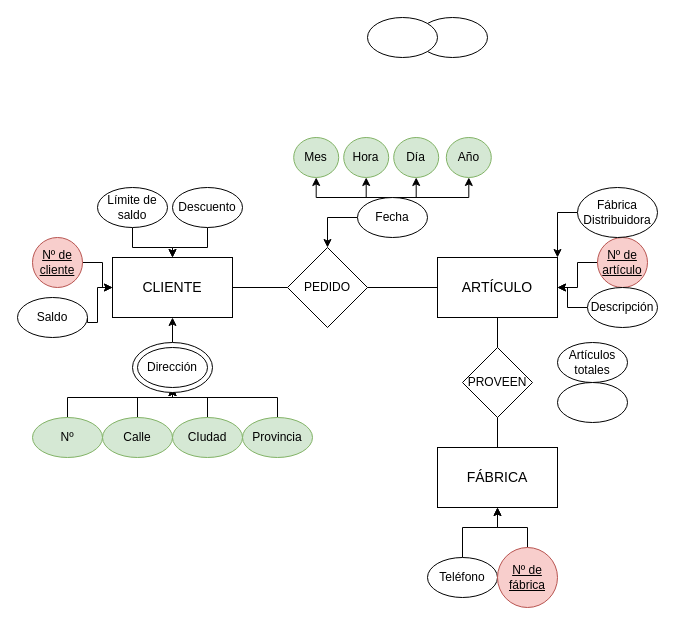
This is Unidad-2/Tareas/Tarea 3/images/Tarea 3.drawio from IsaiasTolP/Base-Datos, a draw.io file, before an edit. Source tidied: cells renumbered, new cells numbered last; positions are measured from the earlier drawing's top-left corner, leaving out a move shared by most shapes. Both pictures are drawn from the tidied source at 100%, with x=0, y=0 at pixel (17, 17).
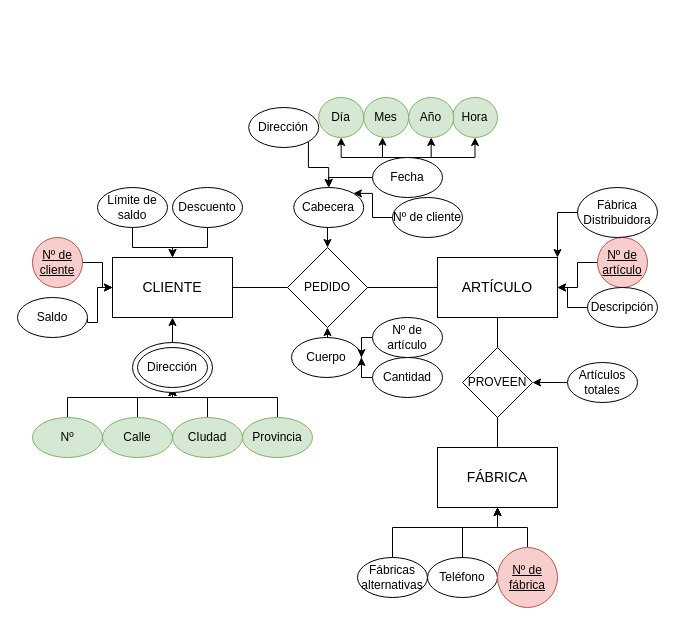
After the change.

Commit message:
Actualizar Tarea 3 terminado.drawio

Unchanged cells that the change refers to:
```xml
<mxCell id="20" value="FÁBRICA" style="rounded=0;whiteSpace=wrap;html=1;fontSize=14;" parent="1" vertex="1">
  <mxGeometry x="420" y="430" width="120" height="60" as="geometry" />
</mxCell>
<mxCell id="25" value="PEDIDO" style="rhombus;whiteSpace=wrap;html=1;" parent="1" vertex="1">
  <mxGeometry x="270" y="230" width="80" height="80" as="geometry" />
</mxCell>
<mxCell id="26" value="PROVEEN" style="rhombus;whiteSpace=wrap;html=1;" parent="1" vertex="1">
  <mxGeometry x="445" y="330" width="70" height="70" as="geometry" />
</mxCell>
```

The edit, as a diff of the source:
```diff
@@
+    <mxCell id="54" style="edgeStyle=orthogonalEdgeStyle;rounded=0;jettySize=auto;html=1;exitX=0;exitY=0.5;exitDx=0;exitDy=0;entryX=1;entryY=0.5;entryDx=0;entryDy=0;" parent="1" edge="1" source="6" target="26">
+      <mxGeometry relative="1" as="geometry" />
+    </mxCell>
     <mxCell id="6" value="Artículos totales" style="ellipse;whiteSpace=wrap;html=1;" parent="1" vertex="1">
-      <mxGeometry x="540" y="325" width="70" height="40" as="geometry" />
+      <mxGeometry x="550" y="345" width="70" height="40" as="geometry" />
     </mxCell>
@@
+    <mxCell id="36" style="edgeStyle=orthogonalEdgeStyle;rounded=0;jettySize=auto;html=1;exitX=0.5;exitY=0;exitDx=0;exitDy=0;" parent="1" edge="1" source="38" target="51">
+      <mxGeometry relative="1" as="geometry">
+        <Array as="points">
+          <mxPoint x="365" y="140" />
+        </Array>
+      </mxGeometry>
+    </mxCell>
+    <mxCell id="35" style="edgeStyle=orthogonalEdgeStyle;rounded=0;jettySize=auto;html=1;exitX=0.5;exitY=0;exitDx=0;exitDy=0;entryX=0.5;entryY=1;entryDx=0;entryDy=0;" parent="1" edge="1" source="38" target="53">
+      <mxGeometry relative="1" as="geometry" />
+    </mxCell>
+    <mxCell id="34" style="edgeStyle=orthogonalEdgeStyle;rounded=0;jettySize=auto;html=1;exitX=0.5;exitY=0;exitDx=0;exitDy=0;entryX=0.5;entryY=1;entryDx=0;entryDy=0;" parent="1" edge="1" source="38" target="50">
+      <mxGeometry relative="1" as="geometry">
+        <Array as="points">
+          <mxPoint x="458" y="140" />
+        </Array>
+      </mxGeometry>
+    </mxCell>
     <mxCell id="33" style="edgeStyle=orthogonalEdgeStyle;rounded=0;jettySize=auto;html=1;exitX=0.5;exitY=0;exitDx=0;exitDy=0;entryX=0.5;entryY=1;entryDx=0;entryDy=0;" parent="1" edge="1" source="38" target="52">
-      <mxGeometry relative="1" as="geometry" />
+      <mxGeometry relative="1" as="geometry">
+        <Array as="points">
+          <mxPoint x="324" y="140" />
+        </Array>
+      </mxGeometry>
     </mxCell>
-    <mxCell id="34" style="edgeStyle=orthogonalEdgeStyle;rounded=0;jettySize=auto;html=1;exitX=0.5;exitY=0;exitDx=0;exitDy=0;entryX=0.5;entryY=1;entryDx=0;entryDy=0;" parent="1" edge="1" source="38" target="50">
-      <mxGeometry relative="1" as="geometry" />
-    </mxCell>
-    <mxCell id="35" style="edgeStyle=orthogonalEdgeStyle;rounded=0;jettySize=auto;html=1;exitX=0.5;exitY=0;exitDx=0;exitDy=0;entryX=0.5;entryY=1;entryDx=0;entryDy=0;" parent="1" edge="1" source="38" target="53">
-      <mxGeometry relative="1" as="geometry">
-        <Array as="points">
-          <mxPoint x="451" y="180" />
-        </Array>
-      </mxGeometry>
-    </mxCell>
-    <mxCell id="36" style="edgeStyle=orthogonalEdgeStyle;rounded=0;jettySize=auto;html=1;exitX=0.5;exitY=0;exitDx=0;exitDy=0;entryX=0.5;entryY=1;entryDx=0;entryDy=0;" parent="1" edge="1" source="38" target="51">
-      <mxGeometry relative="1" as="geometry">
-        <Array as="points">
-          <mxPoint x="299" y="180" />
-        </Array>
-      </mxGeometry>
-    </mxCell>
-    <mxCell id="37" style="edgeStyle=orthogonalEdgeStyle;rounded=0;jettySize=auto;html=1;exitX=0;exitY=0.5;exitDx=0;exitDy=0;entryX=0.5;entryY=0;entryDx=0;entryDy=0;" parent="1" edge="1" source="38" target="25">
-      <mxGeometry relative="1" as="geometry" />
-    </mxCell>
     <mxCell id="38" value="Fecha" style="ellipse;whiteSpace=wrap;html=1;" parent="1" vertex="1">
-      <mxGeometry x="340" y="180" width="70" height="40" as="geometry" />
+      <mxGeometry x="355" y="140" width="70" height="40" as="geometry" />
     </mxCell>
@@
+    <mxCell id="55" style="edgeStyle=orthogonalEdgeStyle;rounded=0;jettySize=auto;html=1;exitX=0.5;exitY=0;exitDx=0;exitDy=0;entryX=0.5;entryY=1;entryDx=0;entryDy=0;" parent="1" edge="1" source="45" target="25">
+      <mxGeometry relative="1" as="geometry" />
+    </mxCell>
-    <mxCell id="45" style="ellipse;whiteSpace=wrap;html=1;" parent="1" vertex="1">
-      <mxGeometry x="400" width="70" height="40" as="geometry" />
+    <mxCell id="45" value="Cuerpo" style="ellipse;whiteSpace=wrap;html=1;" parent="1" vertex="1">
+      <mxGeometry x="274" y="320" width="70" height="40" as="geometry" />
     </mxCell>
+    <mxCell id="56" style="edgeStyle=orthogonalEdgeStyle;rounded=0;jettySize=auto;html=1;exitX=0.5;exitY=0;exitDx=0;exitDy=0;entryX=0.5;entryY=1;entryDx=0;entryDy=0;" parent="1" edge="1" source="46" target="20">
+      <mxGeometry relative="1" as="geometry">
+        <Array as="points">
+          <mxPoint x="375" y="510" />
+          <mxPoint x="480" y="510" />
+        </Array>
+      </mxGeometry>
+    </mxCell>
-    <mxCell id="46" style="ellipse;whiteSpace=wrap;html=1;" parent="1" vertex="1">
-      <mxGeometry x="540" y="365" width="70" height="40" as="geometry" />
+    <mxCell id="46" value="Fábricas alternativas" style="ellipse;whiteSpace=wrap;html=1;" parent="1" vertex="1">
+      <mxGeometry x="340" y="540" width="70" height="40" as="geometry" />
     </mxCell>
-    <mxCell id="47" style="ellipse;whiteSpace=wrap;html=1;" parent="1" vertex="1">
-      <mxGeometry x="350" width="70" height="40" as="geometry" />
-    </mxCell>
@@
     <mxCell id="50" value="Hora" style="ellipse;whiteSpace=wrap;html=1;fillColor=#d5e8d4;strokeColor=#82b366;" parent="1" vertex="1">
-      <mxGeometry x="326.2" y="120" width="45" height="40" as="geometry" />
+      <mxGeometry x="435" y="80" width="45" height="40" as="geometry" />
     </mxCell>
     <mxCell id="51" value="Mes" style="ellipse;whiteSpace=wrap;html=1;fillColor=#d5e8d4;strokeColor=#82b366;" parent="1" vertex="1">
-      <mxGeometry x="276.2" y="120" width="45" height="40" as="geometry" />
+      <mxGeometry x="346.2" y="80" width="45" height="40" as="geometry" />
     </mxCell>
     <mxCell id="52" value="Día" style="ellipse;whiteSpace=wrap;html=1;fillColor=#d5e8d4;strokeColor=#82b366;" parent="1" vertex="1">
-      <mxGeometry x="376.2" y="120" width="45" height="40" as="geometry" />
+      <mxGeometry x="301.2" y="80" width="45" height="40" as="geometry" />
     </mxCell>
     <mxCell id="53" value="Año" style="ellipse;whiteSpace=wrap;html=1;fillColor=#d5e8d4;strokeColor=#82b366;" parent="1" vertex="1">
-      <mxGeometry x="428.8" y="120" width="45" height="40" as="geometry" />
+      <mxGeometry x="391.2" y="80" width="45" height="40" as="geometry" />
     </mxCell>
+    <mxCell id="57" style="edgeStyle=orthogonalEdgeStyle;rounded=0;jettySize=auto;html=1;exitX=0;exitY=0.5;exitDx=0;exitDy=0;entryX=0.5;entryY=0;entryDx=0;entryDy=0;" parent="1" edge="1" source="38" target="59">
+      <mxGeometry relative="1" as="geometry">
+        <Array as="points">
+          <mxPoint x="311" y="160" />
+        </Array>
+      </mxGeometry>
+    </mxCell>
+    <mxCell id="58" style="edgeStyle=orthogonalEdgeStyle;rounded=0;jettySize=auto;html=1;exitX=0.5;exitY=1;exitDx=0;exitDy=0;entryX=0.5;entryY=0;entryDx=0;entryDy=0;" parent="1" edge="1" source="59" target="25">
+      <mxGeometry relative="1" as="geometry" />
+    </mxCell>
+    <mxCell id="59" value="Cabecera" style="ellipse;whiteSpace=wrap;html=1;" parent="1" vertex="1">
+      <mxGeometry x="276.2" y="170" width="70" height="40" as="geometry" />
+    </mxCell>
+    <mxCell id="60" style="edgeStyle=orthogonalEdgeStyle;rounded=0;jettySize=auto;html=1;exitX=0;exitY=0.5;exitDx=0;exitDy=0;entryX=1;entryY=0;entryDx=0;entryDy=0;" parent="1" edge="1" source="61" target="59">
+      <mxGeometry relative="1" as="geometry" />
+    </mxCell>
+    <mxCell id="61" value="Nº de cliente" style="ellipse;whiteSpace=wrap;html=1;" parent="1" vertex="1">
+      <mxGeometry x="375" y="180" width="70" height="40" as="geometry" />
+    </mxCell>
+    <mxCell id="62" style="edgeStyle=orthogonalEdgeStyle;rounded=0;jettySize=auto;html=1;exitX=1;exitY=1;exitDx=0;exitDy=0;entryX=0.5;entryY=0;entryDx=0;entryDy=0;" parent="1" edge="1" source="63" target="59">
+      <mxGeometry relative="1" as="geometry" />
+    </mxCell>
+    <mxCell id="63" value="Dirección" style="ellipse;whiteSpace=wrap;html=1;" parent="1" vertex="1">
+      <mxGeometry x="231.2" y="90" width="70" height="40" as="geometry" />
+    </mxCell>
+    <mxCell id="64" style="edgeStyle=orthogonalEdgeStyle;rounded=0;jettySize=auto;html=1;exitX=0;exitY=0.5;exitDx=0;exitDy=0;entryX=1;entryY=0.5;entryDx=0;entryDy=0;" parent="1" edge="1" source="65" target="45">
+      <mxGeometry relative="1" as="geometry" />
+    </mxCell>
+    <mxCell id="65" value="Nº de artículo" style="ellipse;whiteSpace=wrap;html=1;" parent="1" vertex="1">
+      <mxGeometry x="355" y="300" width="70" height="40" as="geometry" />
+    </mxCell>
+    <mxCell id="66" style="edgeStyle=orthogonalEdgeStyle;rounded=0;jettySize=auto;html=1;exitX=0;exitY=0.5;exitDx=0;exitDy=0;entryX=1;entryY=0.5;entryDx=0;entryDy=0;" parent="1" edge="1" source="67" target="45">
+      <mxGeometry relative="1" as="geometry" />
+    </mxCell>
+    <mxCell id="67" value="Cantidad" style="ellipse;whiteSpace=wrap;html=1;" parent="1" vertex="1">
+      <mxGeometry x="355" y="340" width="70" height="40" as="geometry" />
+    </mxCell>
```
